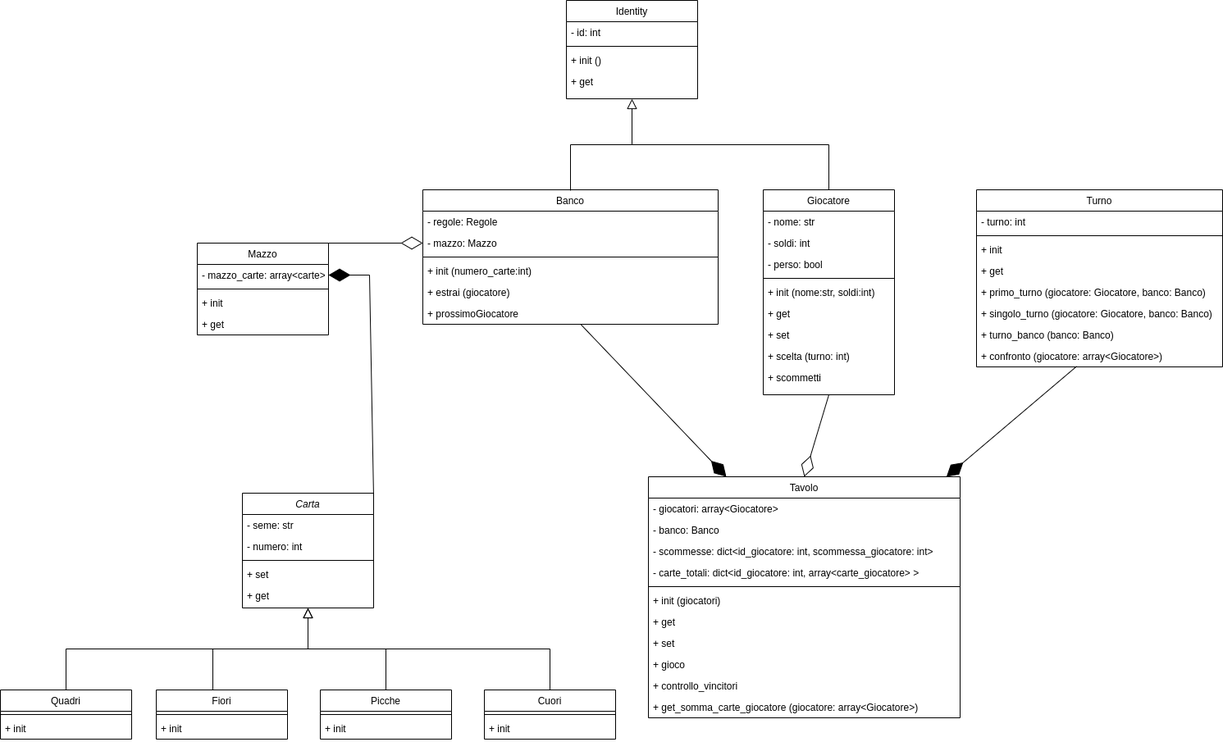
Before: UML_BJ.png, a diagram exported from draw.io (PikeTurner/BlackJack). Source tidied: cells renumbered, new cells last; positions are measured from the earlier drawing's top-left corner, leaving out a move shared by most shapes.
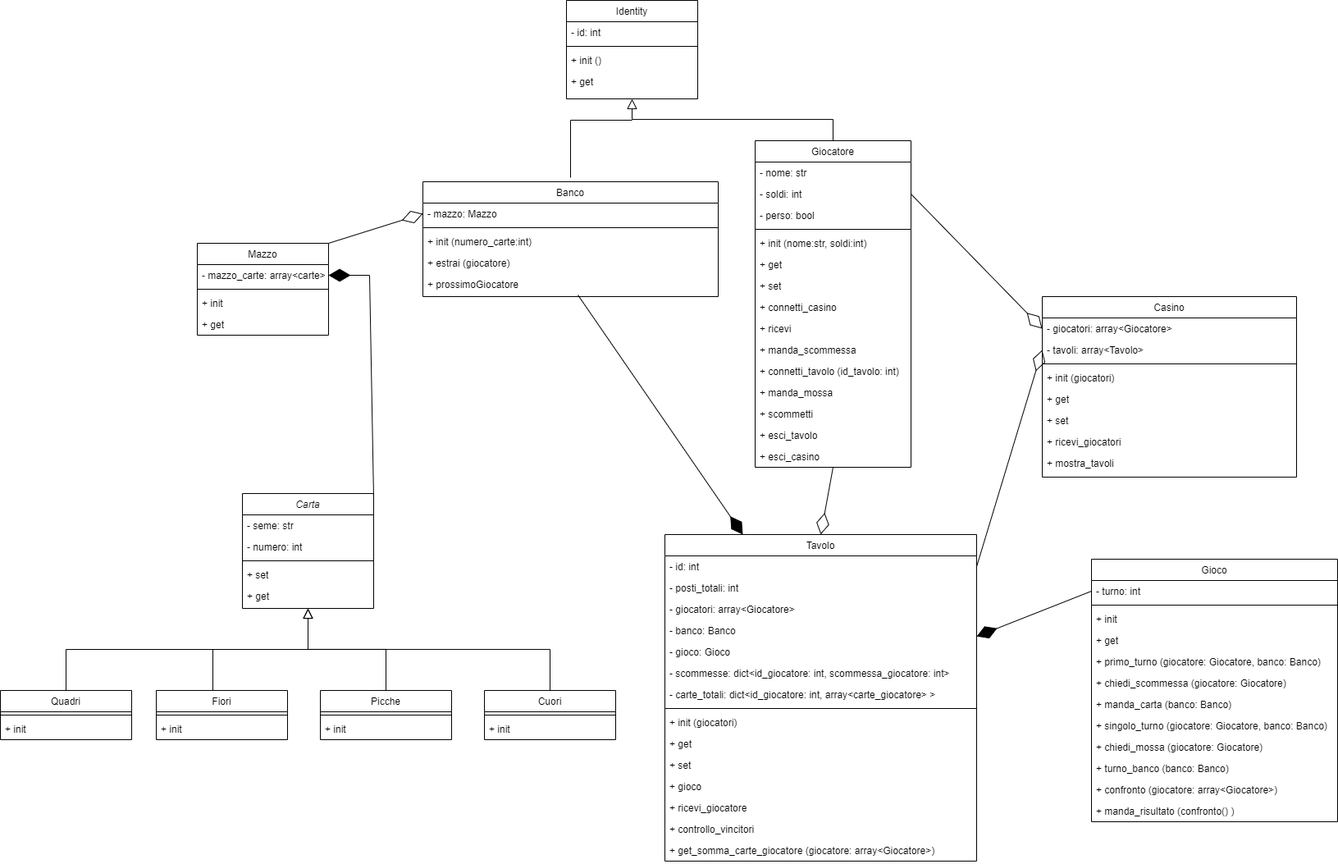
Above is the later version.

Diff of the diagram source:
```diff
@@ -104,91 +104,118 @@
       </mxGeometry>
     </mxCell>
     <mxCell id="31" value="Banco" style="swimlane;fontStyle=0;align=center;verticalAlign=top;horizontal=1;startSize=26;rounded=0;shadow=0;strokeWidth=1;" parent="1" vertex="1">
-      <mxGeometry x="515" y="231" width="360" height="164" as="geometry" />
+      <mxGeometry x="515" y="221" width="360" height="140" as="geometry" />
     </mxCell>
-    <mxCell id="32" value="- regole: Regole" style="text;align=left;verticalAlign=top;spacingLeft=4;spacingRight=4;overflow=hidden;" parent="31" vertex="1">
-      <mxGeometry y="26" width="360" height="26" as="geometry" />
-    </mxCell>
     <mxCell id="33" value="- mazzo: Mazzo" style="text;align=left;verticalAlign=top;spacingLeft=4;spacingRight=4;overflow=hidden;points=[[0,0.5],[1,0.5]];portConstraint=eastwest;" parent="31" vertex="1">
-      <mxGeometry y="52" width="360" height="26" as="geometry" />
+      <mxGeometry y="26" width="360" height="26" as="geometry" />
     </mxCell>
     <mxCell id="34" style="line;html=1;strokeWidth=1;align=left;verticalAlign=middle;spacingTop=-1;spacingLeft=3;spacingRight=3;labelPosition=right;" parent="31" vertex="1">
-      <mxGeometry y="78" width="360" height="8" as="geometry" />
+      <mxGeometry y="52" width="360" height="8" as="geometry" />
     </mxCell>
     <mxCell id="35" value="+ init (numero_carte:int)" style="text;align=left;verticalAlign=top;spacingLeft=4;spacingRight=4;overflow=hidden;" parent="31" vertex="1">
-      <mxGeometry y="86" width="360" height="26" as="geometry" />
+      <mxGeometry y="60" width="360" height="26" as="geometry" />
     </mxCell>
     <mxCell id="36" value="+ estrai (giocatore)" style="text;align=left;verticalAlign=top;spacingLeft=4;spacingRight=4;overflow=hidden;" parent="31" vertex="1">
-      <mxGeometry y="112" width="360" height="26" as="geometry" />
+      <mxGeometry y="86" width="360" height="26" as="geometry" />
     </mxCell>
     <mxCell id="37" value="+ prossimoGiocatore" style="text;align=left;verticalAlign=top;spacingLeft=4;spacingRight=4;overflow=hidden;points=[[0,0.5],[1,0.5]];portConstraint=eastwest;" parent="31" vertex="1">
-      <mxGeometry y="138" width="360" height="26" as="geometry" />
+      <mxGeometry y="112" width="360" height="26" as="geometry" />
     </mxCell>
     <mxCell id="38" value="Giocatore" style="swimlane;fontStyle=0;align=center;verticalAlign=top;horizontal=1;startSize=26;rounded=0;shadow=0;strokeWidth=1;" parent="1" vertex="1">
-      <mxGeometry x="930" y="231" width="160" height="250" as="geometry" />
+      <mxGeometry x="920" y="171" width="190" height="398" as="geometry" />
     </mxCell>
     <mxCell id="39" value="- nome: str" style="text;align=left;verticalAlign=top;spacingLeft=4;spacingRight=4;overflow=hidden;" parent="38" vertex="1">
-      <mxGeometry y="26" width="160" height="26" as="geometry" />
+      <mxGeometry y="26" width="190" height="26" as="geometry" />
     </mxCell>
     <mxCell id="40" value="- soldi: int" style="text;align=left;verticalAlign=top;spacingLeft=4;spacingRight=4;overflow=hidden;points=[[0,0.5],[1,0.5]];portConstraint=eastwest;" parent="38" vertex="1">
-      <mxGeometry y="52" width="160" height="26" as="geometry" />
+      <mxGeometry y="52" width="190" height="26" as="geometry" />
     </mxCell>
     <mxCell id="41" value="- perso: bool" style="text;align=left;verticalAlign=top;spacingLeft=4;spacingRight=4;overflow=hidden;" parent="38" vertex="1">
-      <mxGeometry y="78" width="160" height="26" as="geometry" />
+      <mxGeometry y="78" width="190" height="26" as="geometry" />
     </mxCell>
     <mxCell id="42" style="line;html=1;strokeWidth=1;align=left;verticalAlign=middle;spacingTop=-1;spacingLeft=3;spacingRight=3;labelPosition=right;" parent="38" vertex="1">
-      <mxGeometry y="104" width="160" height="8" as="geometry" />
+      <mxGeometry y="104" width="190" height="8" as="geometry" />
     </mxCell>
     <mxCell id="43" value="+ init (nome:str, soldi:int)" style="text;align=left;verticalAlign=top;spacingLeft=4;spacingRight=4;overflow=hidden;" parent="38" vertex="1">
-      <mxGeometry y="112" width="160" height="26" as="geometry" />
+      <mxGeometry y="112" width="190" height="26" as="geometry" />
     </mxCell>
     <mxCell id="44" value="+ get" style="text;align=left;verticalAlign=top;spacingLeft=4;spacingRight=4;overflow=hidden;" parent="38" vertex="1">
-      <mxGeometry y="138" width="160" height="26" as="geometry" />
+      <mxGeometry y="138" width="190" height="26" as="geometry" />
     </mxCell>
     <mxCell id="45" value="+ set" style="text;align=left;verticalAlign=top;spacingLeft=4;spacingRight=4;overflow=hidden;" parent="38" vertex="1">
-      <mxGeometry y="164" width="160" height="26" as="geometry" />
+      <mxGeometry y="164" width="190" height="26" as="geometry" />
     </mxCell>
+    <mxCell id="80" value="+ connetti_casino" style="text;align=left;verticalAlign=top;spacingLeft=4;spacingRight=4;overflow=hidden;" parent="38" vertex="1">
+      <mxGeometry y="190" width="190" height="26" as="geometry" />
+    </mxCell>
+    <mxCell id="81" value="+ ricevi" style="text;align=left;verticalAlign=top;spacingLeft=4;spacingRight=4;overflow=hidden;" parent="38" vertex="1">
+      <mxGeometry y="216" width="190" height="26" as="geometry" />
+    </mxCell>
+    <mxCell id="82" value="+ manda_scommessa" style="text;align=left;verticalAlign=top;spacingLeft=4;spacingRight=4;overflow=hidden;" parent="38" vertex="1">
+      <mxGeometry y="242" width="190" height="26" as="geometry" />
+    </mxCell>
+    <mxCell id="83" value="+ connetti_tavolo (id_tavolo: int)" style="text;align=left;verticalAlign=top;spacingLeft=4;spacingRight=4;overflow=hidden;" parent="38" vertex="1">
+      <mxGeometry y="268" width="190" height="26" as="geometry" />
+    </mxCell>
-    <mxCell id="46" value="+ scelta (turno: int)" style="text;align=left;verticalAlign=top;spacingLeft=4;spacingRight=4;overflow=hidden;" parent="38" vertex="1">
-      <mxGeometry y="190" width="160" height="26" as="geometry" />
+    <mxCell id="46" value="+ manda_mossa" style="text;align=left;verticalAlign=top;spacingLeft=4;spacingRight=4;overflow=hidden;" parent="38" vertex="1">
+      <mxGeometry y="294" width="190" height="26" as="geometry" />
     </mxCell>
     <mxCell id="47" value="+ scommetti" style="text;align=left;verticalAlign=top;spacingLeft=4;spacingRight=4;overflow=hidden;" parent="38" vertex="1">
-      <mxGeometry y="216" width="160" height="26" as="geometry" />
+      <mxGeometry y="320" width="190" height="26" as="geometry" />
     </mxCell>
+    <mxCell id="84" value="+ esci_tavolo" style="text;align=left;verticalAlign=top;spacingLeft=4;spacingRight=4;overflow=hidden;" parent="38" vertex="1">
+      <mxGeometry y="346" width="190" height="26" as="geometry" />
+    </mxCell>
+    <mxCell id="85" value="+ esci_casino" style="text;align=left;verticalAlign=top;spacingLeft=4;spacingRight=4;overflow=hidden;" parent="38" vertex="1">
+      <mxGeometry y="372" width="190" height="26" as="geometry" />
+    </mxCell>
     <mxCell id="48" value="Tavolo" style="swimlane;fontStyle=0;align=center;verticalAlign=top;horizontal=1;startSize=26;rounded=0;shadow=0;strokeWidth=1;" parent="1" vertex="1">
-      <mxGeometry x="790" y="581" width="380" height="294" as="geometry" />
+      <mxGeometry x="810" y="651" width="380" height="398" as="geometry" />
     </mxCell>
-    <mxCell id="49" value="- giocatori: array&lt;Giocatore&gt;" style="text;align=left;verticalAlign=top;spacingLeft=4;spacingRight=4;overflow=hidden;points=[[0,0.5],[1,0.5]];portConstraint=eastwest;" parent="48" vertex="1">
+    <mxCell id="49" value="- id: int" style="text;align=left;verticalAlign=top;spacingLeft=4;spacingRight=4;overflow=hidden;points=[[0,0.5],[1,0.5]];portConstraint=eastwest;" parent="48" vertex="1">
       <mxGeometry y="26" width="380" height="26" as="geometry" />
     </mxCell>
+    <mxCell id="86" value="- posti_totali: int" style="text;align=left;verticalAlign=top;spacingLeft=4;spacingRight=4;overflow=hidden;" parent="48" vertex="1">
+      <mxGeometry y="52" width="380" height="26" as="geometry" />
+    </mxCell>
+    <mxCell id="87" value="- giocatori: array&lt;Giocatore&gt;" style="text;align=left;verticalAlign=top;spacingLeft=4;spacingRight=4;overflow=hidden;" parent="48" vertex="1">
+      <mxGeometry y="78" width="380" height="26" as="geometry" />
+    </mxCell>
     <mxCell id="50" value="- banco: Banco" style="text;align=left;verticalAlign=top;spacingLeft=4;spacingRight=4;overflow=hidden;" parent="48" vertex="1">
-      <mxGeometry y="52" width="380" height="26" as="geometry" />
+      <mxGeometry y="104" width="380" height="26" as="geometry" />
     </mxCell>
+    <mxCell id="88" value="- gioco: Gioco" style="text;align=left;verticalAlign=top;spacingLeft=4;spacingRight=4;overflow=hidden;" parent="48" vertex="1">
+      <mxGeometry y="130" width="380" height="26" as="geometry" />
+    </mxCell>
     <mxCell id="51" value="- scommesse: dict&lt;id_giocatore: int, scommessa_giocatore: int&gt;" style="text;align=left;verticalAlign=top;spacingLeft=4;spacingRight=4;overflow=hidden;" parent="48" vertex="1">
-      <mxGeometry y="78" width="380" height="26" as="geometry" />
+      <mxGeometry y="156" width="380" height="26" as="geometry" />
     </mxCell>
     <mxCell id="52" value="- carte_totali: dict&lt;id_giocatore: int, array&lt;carte_giocatore&gt; &gt;" style="text;align=left;verticalAlign=top;spacingLeft=4;spacingRight=4;overflow=hidden;" parent="48" vertex="1">
-      <mxGeometry y="104" width="380" height="26" as="geometry" />
+      <mxGeometry y="182" width="380" height="26" as="geometry" />
     </mxCell>
     <mxCell id="53" style="line;html=1;strokeWidth=1;align=left;verticalAlign=middle;spacingTop=-1;spacingLeft=3;spacingRight=3;labelPosition=right;" parent="48" vertex="1">
-      <mxGeometry y="130" width="380" height="8" as="geometry" />
+      <mxGeometry y="208" width="380" height="8" as="geometry" />
     </mxCell>
     <mxCell id="54" value="+ init (giocatori)" style="text;align=left;verticalAlign=top;spacingLeft=4;spacingRight=4;overflow=hidden;" parent="48" vertex="1">
-      <mxGeometry y="138" width="380" height="26" as="geometry" />
+      <mxGeometry y="216" width="380" height="26" as="geometry" />
     </mxCell>
     <mxCell id="55" value="+ get" style="text;align=left;verticalAlign=top;spacingLeft=4;spacingRight=4;overflow=hidden;" parent="48" vertex="1">
-      <mxGeometry y="164" width="380" height="26" as="geometry" />
+      <mxGeometry y="242" width="380" height="26" as="geometry" />
     </mxCell>
     <mxCell id="56" value="+ set" style="text;align=left;verticalAlign=top;spacingLeft=4;spacingRight=4;overflow=hidden;" parent="48" vertex="1">
-      <mxGeometry y="190" width="380" height="26" as="geometry" />
+      <mxGeometry y="268" width="380" height="26" as="geometry" />
     </mxCell>
     <mxCell id="57" value="+ gioco" style="text;align=left;verticalAlign=top;spacingLeft=4;spacingRight=4;overflow=hidden;" parent="48" vertex="1">
-      <mxGeometry y="216" width="380" height="26" as="geometry" />
+      <mxGeometry y="294" width="380" height="26" as="geometry" />
     </mxCell>
+    <mxCell id="89" value="+ ricevi_giocatore" style="text;align=left;verticalAlign=top;spacingLeft=4;spacingRight=4;overflow=hidden;" parent="48" vertex="1">
+      <mxGeometry y="320" width="380" height="26" as="geometry" />
+    </mxCell>
     <mxCell id="58" value="+ controllo_vincitori" style="text;align=left;verticalAlign=top;spacingLeft=4;spacingRight=4;overflow=hidden;" parent="48" vertex="1">
-      <mxGeometry y="242" width="380" height="26" as="geometry" />
+      <mxGeometry y="346" width="380" height="26" as="geometry" />
     </mxCell>
     <mxCell id="59" value="+ get_somma_carte_giocatore (giocatore: array&lt;Giocatore&gt;)" style="text;align=left;verticalAlign=top;spacingLeft=4;spacingRight=4;overflow=hidden;" parent="48" vertex="1">
-      <mxGeometry y="268" width="380" height="26" as="geometry" />
+      <mxGeometry y="372" width="380" height="26" as="geometry" />
     </mxCell>
     <mxCell id="60" style="endArrow=diamondThin;endFill=0;endSize=24;html=1;rounded=0;entryX=0;entryY=0.5;entryDx=0;entryDy=0;exitX=1;exitY=0;exitDx=0;exitDy=0;" parent="1" edge="1" source="13" target="33">
       <mxGeometry relative="1" as="geometry" />
@@ -213,15 +240,15 @@
     </mxCell>
     <mxCell id="67" style="endArrow=none;html=1;rounded=0;exitX=0.5;exitY=0;exitDx=0;exitDy=0;" parent="1" edge="1">
       <mxGeometry relative="1" as="geometry">
-        <mxPoint x="695" y="232" as="sourcePoint" />
-        <mxPoint x="770" y="176" as="targetPoint" />
+        <mxPoint x="695" y="216" as="sourcePoint" />
+        <mxPoint x="770" y="146" as="targetPoint" />
         <Array as="points">
-          <mxPoint x="695" y="176" />
+          <mxPoint x="695" y="146" />
         </Array>
       </mxGeometry>
     </mxCell>
-    <mxCell id="68" value="Turno" style="swimlane;fontStyle=0;align=center;verticalAlign=top;horizontal=1;startSize=26;rounded=0;shadow=0;strokeWidth=1;" parent="1" vertex="1">
-      <mxGeometry x="1190" y="231" width="300" height="216" as="geometry" />
+    <mxCell id="68" value="Gioco" style="swimlane;fontStyle=0;align=center;verticalAlign=top;horizontal=1;startSize=26;rounded=0;shadow=0;strokeWidth=1;" parent="1" vertex="1">
+      <mxGeometry x="1330" y="681" width="300" height="320" as="geometry" />
     </mxCell>
     <mxCell id="69" value="- turno: int" style="text;align=left;verticalAlign=top;spacingLeft=4;spacingRight=4;overflow=hidden;points=[[0,0.5],[1,0.5]];portConstraint=eastwest;" parent="68" vertex="1">
       <mxGeometry y="26" width="300" height="26" as="geometry" />
@@ -238,14 +265,26 @@
     <mxCell id="73" value="+ primo_turno (giocatore: Giocatore, banco: Banco)" style="text;align=left;verticalAlign=top;spacingLeft=4;spacingRight=4;overflow=hidden;" parent="68" vertex="1">
       <mxGeometry y="112" width="300" height="26" as="geometry" />
     </mxCell>
+    <mxCell id="90" value="+ chiedi_scommessa (giocatore: Giocatore)" style="text;align=left;verticalAlign=top;spacingLeft=4;spacingRight=4;overflow=hidden;" parent="68" vertex="1">
+      <mxGeometry y="138" width="300" height="26" as="geometry" />
+    </mxCell>
+    <mxCell id="91" value="+ manda_carta (banco: Banco)" style="text;align=left;verticalAlign=top;spacingLeft=4;spacingRight=4;overflow=hidden;" parent="68" vertex="1">
+      <mxGeometry y="164" width="300" height="26" as="geometry" />
+    </mxCell>
     <mxCell id="74" value="+ singolo_turno (giocatore: Giocatore, banco: Banco)" style="text;align=left;verticalAlign=top;spacingLeft=4;spacingRight=4;overflow=hidden;" parent="68" vertex="1">
-      <mxGeometry y="138" width="300" height="26" as="geometry" />
+      <mxGeometry y="190" width="300" height="26" as="geometry" />
     </mxCell>
+    <mxCell id="92" value="+ chiedi_mossa (giocatore: Giocatore)" style="text;align=left;verticalAlign=top;spacingLeft=4;spacingRight=4;overflow=hidden;" parent="68" vertex="1">
+      <mxGeometry y="216" width="300" height="26" as="geometry" />
+    </mxCell>
     <mxCell id="75" value="+ turno_banco (banco: Banco)" style="text;align=left;verticalAlign=top;spacingLeft=4;spacingRight=4;overflow=hidden;" parent="68" vertex="1">
-      <mxGeometry y="164" width="300" height="26" as="geometry" />
+      <mxGeometry y="242" width="300" height="26" as="geometry" />
     </mxCell>
+    <mxCell id="93" value="+ confronto (giocatore: array&lt;Giocatore&gt;)" style="text;align=left;verticalAlign=top;spacingLeft=4;spacingRight=4;overflow=hidden;" parent="68" vertex="1">
+      <mxGeometry y="268" width="300" height="26" as="geometry" />
+    </mxCell>
-    <mxCell id="76" value="+ confronto (giocatore: array&lt;Giocatore&gt;)" style="text;align=left;verticalAlign=top;spacingLeft=4;spacingRight=4;overflow=hidden;points=[[0,0.5],[1,0.5]];portConstraint=eastwest;" parent="68" vertex="1">
-      <mxGeometry y="190" width="300" height="26" as="geometry" />
+    <mxCell id="76" value="+ manda_risultato (confronto() )" style="text;align=left;verticalAlign=top;spacingLeft=4;spacingRight=4;overflow=hidden;points=[[0,0.5],[1,0.5]];portConstraint=eastwest;" parent="68" vertex="1">
+      <mxGeometry y="294" width="300" height="26" as="geometry" />
     </mxCell>
     <mxCell id="77" style="endArrow=diamondThin;endFill=1;endSize=24;html=1;rounded=0;entryX=0.25;entryY=0;entryDx=0;entryDy=0;" parent="1" edge="1" source="37" target="48">
       <mxGeometry relative="1" as="geometry" />
@@ -253,8 +292,41 @@
     <mxCell id="78" style="endArrow=diamondThin;endFill=0;endSize=24;html=1;rounded=0;entryX=0.5;entryY=0;entryDx=0;entryDy=0;exitX=0.5;exitY=1;exitDx=0;exitDy=0;" parent="1" edge="1" source="38" target="48">
       <mxGeometry relative="1" as="geometry" />
     </mxCell>
-    <mxCell id="79" style="endArrow=diamondThin;endFill=1;endSize=24;html=1;rounded=0;exitX=0.407;exitY=0.974;exitDx=0;exitDy=0;exitPerimeter=0;" parent="1" edge="1" source="76" target="48">
+    <mxCell id="79" style="endArrow=diamondThin;endFill=1;endSize=24;html=1;rounded=0;exitX=0;exitY=0.5;exitDx=0;exitDy=0;" parent="1" edge="1" source="69" target="48">
       <mxGeometry relative="1" as="geometry" />
     </mxCell>
+    <mxCell id="94" value="Casino" style="swimlane;fontStyle=0;align=center;verticalAlign=top;horizontal=1;startSize=26;rounded=0;shadow=0;strokeWidth=1;" parent="1" vertex="1">
+      <mxGeometry x="1270" y="361" width="310" height="220" as="geometry" />
+    </mxCell>
+    <mxCell id="95" value="- giocatori: array&lt;Giocatore&gt;" style="text;align=left;verticalAlign=top;spacingLeft=4;spacingRight=4;overflow=hidden;points=[[0,0.5],[1,0.5]];portConstraint=eastwest;" parent="94" vertex="1">
+      <mxGeometry y="26" width="310" height="26" as="geometry" />
+    </mxCell>
+    <mxCell id="96" value="- tavoli: array&lt;Tavolo&gt;" style="text;align=left;verticalAlign=top;spacingLeft=4;spacingRight=4;overflow=hidden;points=[[0,0.5],[1,0.5]];portConstraint=eastwest;" parent="94" vertex="1">
+      <mxGeometry y="52" width="310" height="26" as="geometry" />
+    </mxCell>
+    <mxCell id="97" style="line;html=1;strokeWidth=1;align=left;verticalAlign=middle;spacingTop=-1;spacingLeft=3;spacingRight=3;labelPosition=right;" parent="94" vertex="1">
+      <mxGeometry y="78" width="310" height="8" as="geometry" />
+    </mxCell>
+    <mxCell id="98" value="+ init (giocatori)" style="text;align=left;verticalAlign=top;spacingLeft=4;spacingRight=4;overflow=hidden;" parent="94" vertex="1">
+      <mxGeometry y="86" width="310" height="26" as="geometry" />
+    </mxCell>
+    <mxCell id="99" value="+ get" style="text;align=left;verticalAlign=top;spacingLeft=4;spacingRight=4;overflow=hidden;" parent="94" vertex="1">
+      <mxGeometry y="112" width="310" height="26" as="geometry" />
+    </mxCell>
+    <mxCell id="100" value="+ set" style="text;align=left;verticalAlign=top;spacingLeft=4;spacingRight=4;overflow=hidden;" parent="94" vertex="1">
+      <mxGeometry y="138" width="310" height="26" as="geometry" />
+    </mxCell>
+    <mxCell id="101" value="+ ricevi_giocatori" style="text;align=left;verticalAlign=top;spacingLeft=4;spacingRight=4;overflow=hidden;" parent="94" vertex="1">
+      <mxGeometry y="164" width="310" height="26" as="geometry" />
+    </mxCell>
+    <mxCell id="102" value="+ mostra_tavoli" style="text;align=left;verticalAlign=top;spacingLeft=4;spacingRight=4;overflow=hidden;" parent="94" vertex="1">
+      <mxGeometry y="190" width="310" height="26" as="geometry" />
+    </mxCell>
+    <mxCell id="103" style="endArrow=diamondThin;endFill=0;endSize=24;html=1;rounded=0;entryX=0;entryY=0.5;entryDx=0;entryDy=0;exitX=1;exitY=0.5;exitDx=0;exitDy=0;" parent="1" edge="1" source="49" target="96">
+      <mxGeometry relative="1" as="geometry" />
+    </mxCell>
+    <mxCell id="104" style="endArrow=diamondThin;endFill=0;endSize=24;html=1;rounded=0;entryX=0;entryY=0.5;entryDx=0;entryDy=0;exitX=1;exitY=0.5;exitDx=0;exitDy=0;" parent="1" edge="1" source="40" target="95">
+      <mxGeometry relative="1" as="geometry" />
+    </mxCell>
   </root>
 </mxGraphModel>
```
